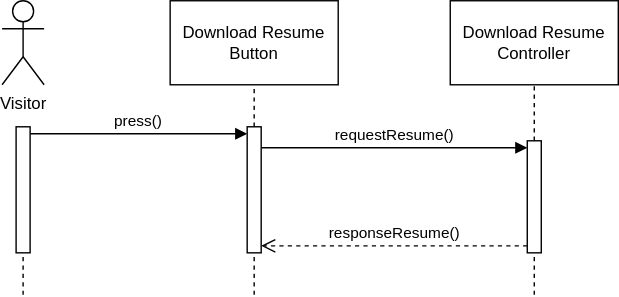
larr97/portfolio-project keeps this draw.io diagram as documents/SequenceDiagram.svg. Above is the earlier version. Source tidied: cells renumbered, new cells last; positions are measured from the earlier drawing's top-left corner, leaving out a move shared by most shapes. The source it was exported from:
```xml
<mxGraphModel>
  <root>
    <mxCell id="0" />
    <mxCell id="1" parent="0" />
    <mxCell id="2" value="Visitor" style="shape=umlActor;verticalLabelPosition=bottom;verticalAlign=top;html=1;" parent="1" vertex="1">
      <mxGeometry width="30" height="60" as="geometry" />
    </mxCell>
    <mxCell id="3" value="Download Resume Button" style="rounded=0;whiteSpace=wrap;html=1;" parent="1" vertex="1">
      <mxGeometry x="120" width="120" height="60" as="geometry" />
    </mxCell>
    <mxCell id="4" style="endArrow=none;dashed=1;html=1;rounded=0;entryX=0.5;entryY=1;entryDx=0;entryDy=0;" parent="1" edge="1" source="9" target="3">
      <mxGeometry relative="1" as="geometry" />
    </mxCell>
    <mxCell id="5" value="Download Resume Controller" style="rounded=0;whiteSpace=wrap;html=1;" parent="1" vertex="1">
      <mxGeometry x="320" width="120" height="60" as="geometry" />
    </mxCell>
    <mxCell id="6" style="endArrow=none;dashed=1;html=1;rounded=0;entryX=0.5;entryY=1;entryDx=0;entryDy=0;" parent="1" edge="1" source="13" target="5">
      <mxGeometry relative="1" as="geometry" />
    </mxCell>
    <mxCell id="7" value="press()" style="html=1;verticalAlign=bottom;endArrow=block;curved=0;rounded=0;entryX=0;entryY=0;entryDx=0;entryDy=5;" parent="1" edge="1" source="15" target="9">
      <mxGeometry relative="1" as="geometry" />
    </mxCell>
    <mxCell id="8" style="endArrow=none;dashed=1;html=1;rounded=0;entryX=0.5;entryY=1;entryDx=0;entryDy=0;" parent="1" edge="1" target="9">
      <mxGeometry relative="1" as="geometry">
        <mxPoint x="180" y="210" as="sourcePoint" />
      </mxGeometry>
    </mxCell>
    <mxCell id="9" style="html=1;points=[[0,0,0,0,5],[0,1,0,0,-5],[1,0,0,0,5],[1,1,0,0,-5]];perimeter=orthogonalPerimeter;outlineConnect=0;targetShapes=umlLifeline;portConstraint=eastwest;newEdgeStyle={&quot;curved&quot;:0,&quot;rounded&quot;:0};" parent="1" vertex="1">
      <mxGeometry x="175" y="90" width="10" height="90" as="geometry" />
    </mxCell>
    <mxCell id="10" value="requestResume()" style="html=1;verticalAlign=bottom;endArrow=block;curved=0;rounded=0;entryX=0;entryY=0;entryDx=0;entryDy=5;" parent="1" edge="1" source="9" target="13">
      <mxGeometry relative="1" as="geometry" />
    </mxCell>
    <mxCell id="11" value="responseResume()" style="html=1;verticalAlign=bottom;endArrow=open;dashed=1;endSize=8;curved=0;rounded=0;exitX=0;exitY=1;exitDx=0;exitDy=-5;" parent="1" edge="1" source="13" target="9">
      <mxGeometry relative="1" as="geometry" />
    </mxCell>
    <mxCell id="12" style="endArrow=none;dashed=1;html=1;rounded=0;entryX=0.5;entryY=1;entryDx=0;entryDy=0;" parent="1" edge="1" target="13">
      <mxGeometry relative="1" as="geometry">
        <mxPoint x="380" y="210" as="sourcePoint" />
      </mxGeometry>
    </mxCell>
    <mxCell id="13" style="html=1;points=[[0,0,0,0,5],[0,1,0,0,-5],[1,0,0,0,5],[1,1,0,0,-5]];perimeter=orthogonalPerimeter;outlineConnect=0;targetShapes=umlLifeline;portConstraint=eastwest;newEdgeStyle={&quot;curved&quot;:0,&quot;rounded&quot;:0};" parent="1" vertex="1">
      <mxGeometry x="375" y="100" width="10" height="80" as="geometry" />
    </mxCell>
    <mxCell id="14" style="endArrow=none;dashed=1;html=1;rounded=0;" parent="1" edge="1" target="15">
      <mxGeometry relative="1" as="geometry">
        <mxPoint x="15" y="210" as="sourcePoint" />
      </mxGeometry>
    </mxCell>
    <mxCell id="15" style="html=1;points=[[0,0,0,0,5],[0,1,0,0,-5],[1,0,0,0,5],[1,1,0,0,-5]];perimeter=orthogonalPerimeter;outlineConnect=0;targetShapes=umlLifeline;portConstraint=eastwest;newEdgeStyle={&quot;curved&quot;:0,&quot;rounded&quot;:0};" parent="1" vertex="1">
      <mxGeometry x="10" y="90" width="10" height="90" as="geometry" />
    </mxCell>
  </root>
</mxGraphModel>
```
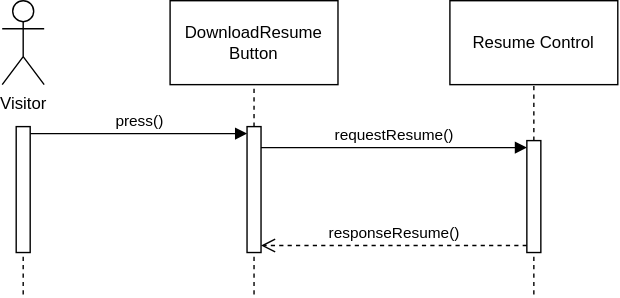
After the commit.

What changed in the source:
```diff
@@ -5,13 +5,13 @@
     <mxCell id="2" value="Visitor" style="shape=umlActor;verticalLabelPosition=bottom;verticalAlign=top;html=1;" parent="1" vertex="1">
       <mxGeometry width="30" height="60" as="geometry" />
     </mxCell>
-    <mxCell id="3" value="Download Resume Button" style="rounded=0;whiteSpace=wrap;html=1;" parent="1" vertex="1">
+    <mxCell id="3" value="DownloadResume Button" style="rounded=0;whiteSpace=wrap;html=1;" parent="1" vertex="1">
       <mxGeometry x="120" width="120" height="60" as="geometry" />
     </mxCell>
     <mxCell id="4" style="endArrow=none;dashed=1;html=1;rounded=0;entryX=0.5;entryY=1;entryDx=0;entryDy=0;" parent="1" edge="1" source="9" target="3">
       <mxGeometry relative="1" as="geometry" />
     </mxCell>
-    <mxCell id="5" value="Download Resume Controller" style="rounded=0;whiteSpace=wrap;html=1;" parent="1" vertex="1">
+    <mxCell id="5" value="Resume Control" style="rounded=0;whiteSpace=wrap;html=1;" parent="1" vertex="1">
       <mxGeometry x="320" width="120" height="60" as="geometry" />
     </mxCell>
     <mxCell id="6" style="endArrow=none;dashed=1;html=1;rounded=0;entryX=0.5;entryY=1;entryDx=0;entryDy=0;" parent="1" edge="1" source="13" target="5">
```
